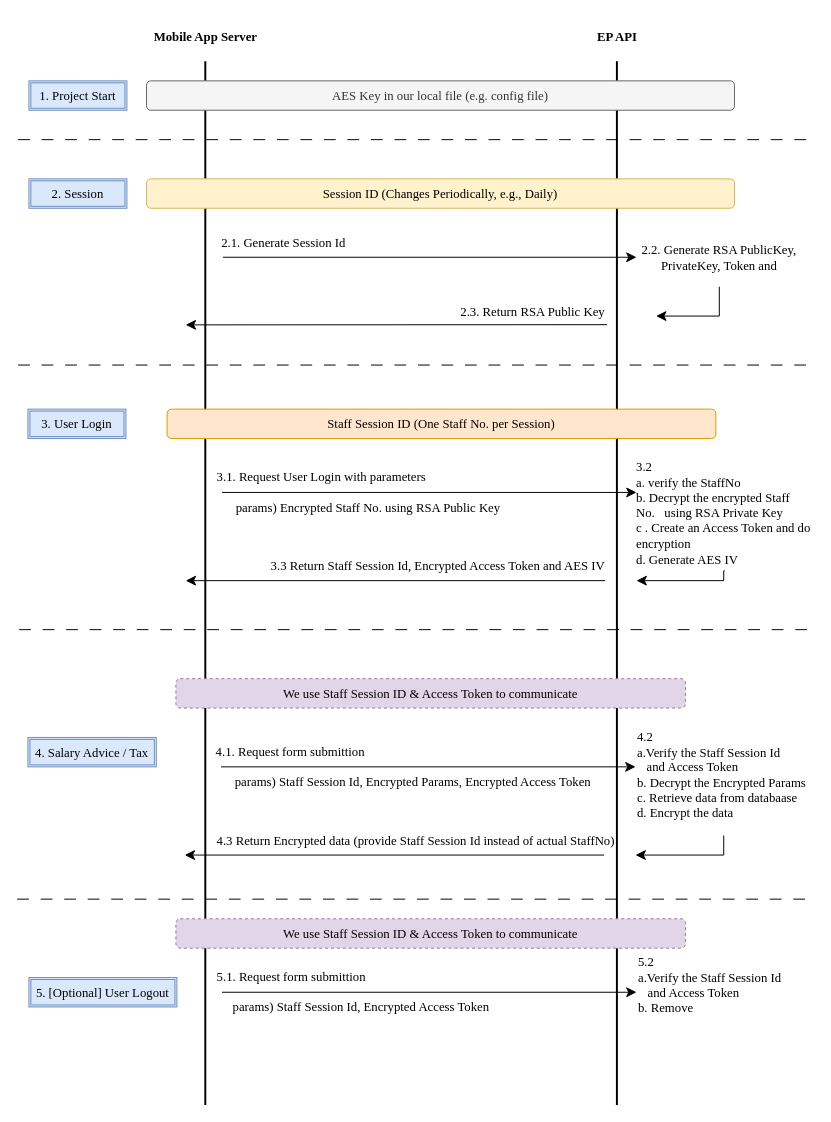
This is EmployeePortal_API_workflow_v2.drawio from mujianlo/hrpt_drawio, a draw.io file, before an edit. Source tidied: cells renumbered, new cells numbered last; positions are measured from the earlier drawing's top-left corner, leaving out a move shared by most shapes. Both pictures are drawn from the tidied source at 98%, with x=0, y=0 at pixel (17, 17).
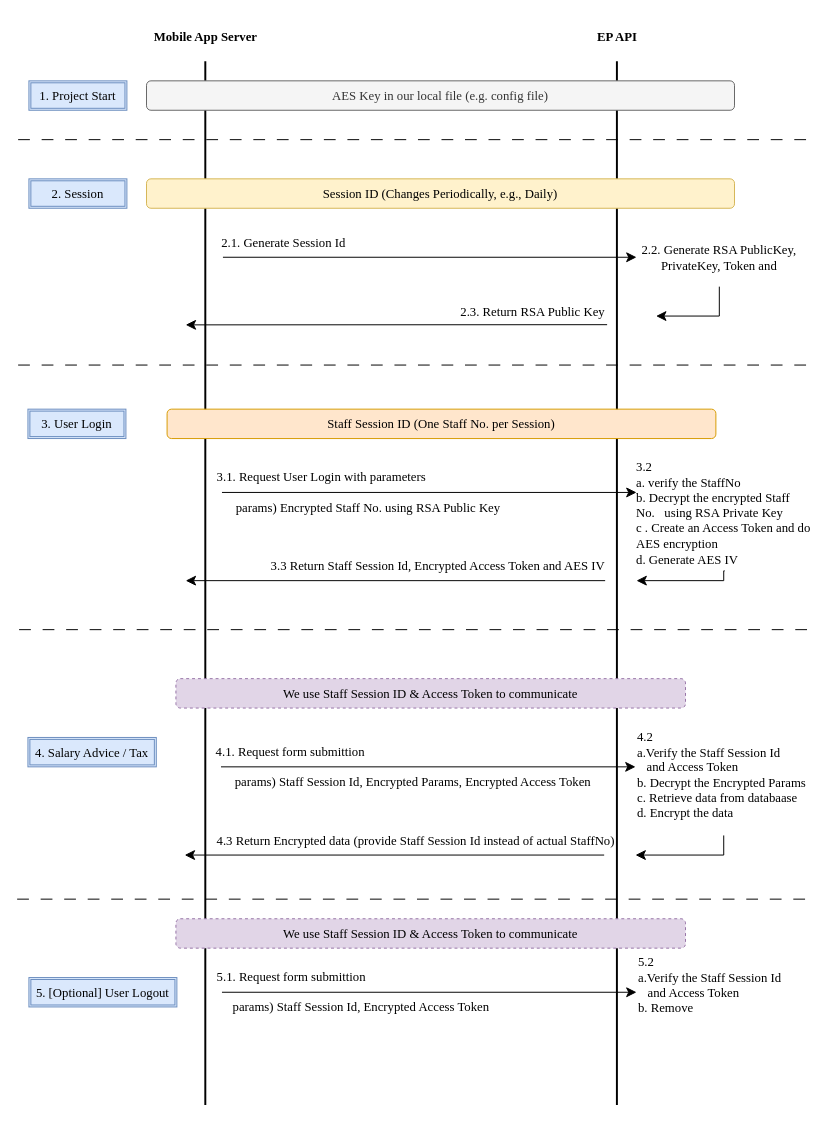
Above is the later version.

Diff of the diagram source:
```diff
@@
-    <mxCell id="23" value="&lt;div style=&quot;font-size: 13px;&quot;&gt;3.2&amp;nbsp;&lt;/div&gt;&lt;div style=&quot;font-size: 13px;&quot;&gt;a. verify the StaffNo&lt;/div&gt;&lt;div style=&quot;font-size: 13px;&quot;&gt;b. Decrypt the encrypted Staff No.&amp;nbsp;&amp;nbsp; using RSA Private Key&lt;/div&gt;&lt;div style=&quot;font-size: 13px;&quot;&gt;c . Create an Access Token and do encryption&lt;/div&gt;&lt;div style=&quot;font-size: 13px;&quot;&gt;d. Generate AES IV&lt;br style=&quot;font-size: 13px;&quot;&gt;&lt;/div&gt;&lt;div style=&quot;font-size: 13px;&quot;&gt;&lt;br style=&quot;font-size: 13px;&quot;&gt;&lt;/div&gt;&lt;div style=&quot;font-size: 13px;&quot;&gt;&lt;br style=&quot;font-size: 13px;&quot;&gt;&lt;/div&gt;" style="text;html=1;align=left;verticalAlign=top;whiteSpace=wrap;rounded=0;fontFamily=Times New Roman;fontSize=13;" parent="1" vertex="1">
+    <mxCell id="23" value="&lt;div style=&quot;font-size: 13px;&quot;&gt;3.2&amp;nbsp;&lt;/div&gt;&lt;div style=&quot;font-size: 13px;&quot;&gt;a. verify the StaffNo&lt;/div&gt;&lt;div style=&quot;font-size: 13px;&quot;&gt;b. Decrypt the encrypted Staff No.&amp;nbsp;&amp;nbsp; using RSA Private Key&lt;/div&gt;&lt;div style=&quot;font-size: 13px;&quot;&gt;c . Create an Access Token and do AES encryption&lt;/div&gt;&lt;div style=&quot;font-size: 13px;&quot;&gt;d. Generate AES IV&lt;br style=&quot;font-size: 13px;&quot;&gt;&lt;/div&gt;&lt;div style=&quot;font-size: 13px;&quot;&gt;&lt;br style=&quot;font-size: 13px;&quot;&gt;&lt;/div&gt;&lt;div style=&quot;font-size: 13px;&quot;&gt;&lt;br style=&quot;font-size: 13px;&quot;&gt;&lt;/div&gt;" style="text;html=1;align=left;verticalAlign=top;whiteSpace=wrap;rounded=0;fontFamily=Times New Roman;fontSize=13;" parent="1" vertex="1">
       <mxGeometry x="630" y="445" width="181" height="100" as="geometry" />
     </mxCell>
```
